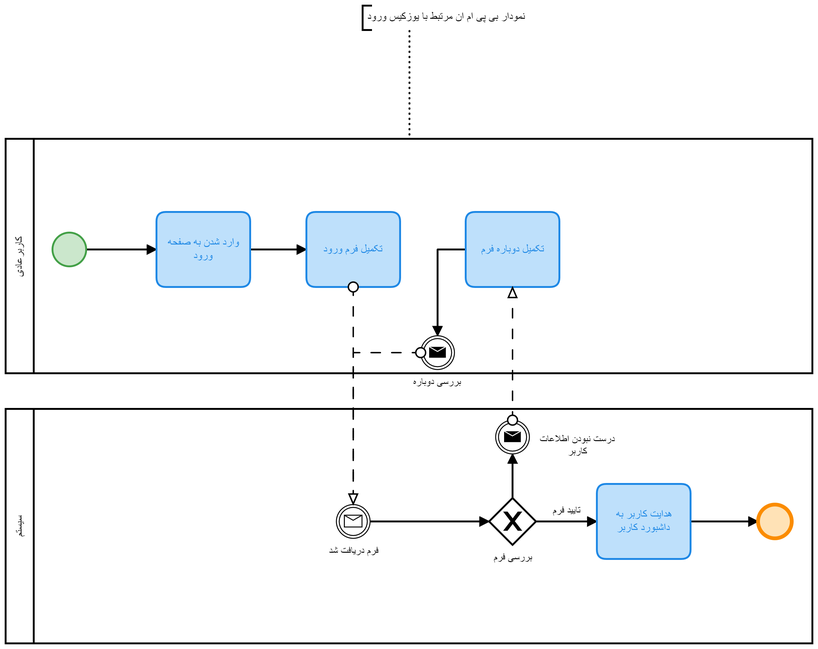
hirezadehghani/website-builder keeps this BPMN diagram as Diagrams/Activity Diagram & bpmn diagram/bpmn/PDF-version/log-in-user.png. Above is the earlier version. Its source is kept beside it as Diagrams/Activity Diagram & bpmn diagram/bpmn/log-in-user.bpmn. Ids are renumbered. Source of this version:
```xml
<bpmn:definitions xmlns:bpmn="http://www.omg.org/spec/BPMN/20100524/MODEL" xmlns:bpmndi="http://www.omg.org/spec/BPMN/20100524/DI" xmlns:dc="http://www.omg.org/spec/DD/20100524/DC" xmlns:di="http://www.omg.org/spec/DD/20100524/DI" xmlns:bioc="http://bpmn.io/schema/bpmn/biocolor/1.0" xmlns:color="http://www.omg.org/spec/BPMN/non-normative/color/1.0" xmlns:modeler="http://camunda.org/schema/modeler/1.0" id="Definitions_n1" targetNamespace="http://bpmn.io/schema/bpmn" exporter="Camunda Modeler" exporterVersion="4.11.1" modeler:executionPlatform="Camunda Platform" modeler:executionPlatformVersion="7.15.0">
  <bpmn:collaboration id="Collaboration_n2">
    <bpmn:participant id="Participant_n3" name="کاربرعادی" processRef="Process_n4" />
    <bpmn:participant id="Participant_n5" name="سیستم" processRef="Process_n6" />
    <bpmn:messageFlow id="Flow_n7" sourceRef="Event_n8" targetRef="Activity_n9" />
    <bpmn:messageFlow id="Flow_n10" sourceRef="Activity_n11" targetRef="Event_n12" />
    <bpmn:messageFlow id="Flow_n13" sourceRef="Event_n14" targetRef="Event_n12" />
    <bpmn:textAnnotation id="TextAnnotation_n15">
      <bpmn:text>نمودار بی پی ام ان مرتبط با یوزکیس ورود</bpmn:text>
    </bpmn:textAnnotation>
    <bpmn:association id="Association_n16" sourceRef="Participant_n3" targetRef="TextAnnotation_n15" />
  </bpmn:collaboration>
  <bpmn:process id="Process_n4" isExecutable="true">
    <bpmn:startEvent id="StartEvent_1">
      <bpmn:outgoing>Flow_n17</bpmn:outgoing>
    </bpmn:startEvent>
    <bpmn:task id="Activity_n18" name="وارد شدن به صفحه ورود">
      <bpmn:incoming>Flow_n17</bpmn:incoming>
      <bpmn:outgoing>Flow_n19</bpmn:outgoing>
    </bpmn:task>
    <bpmn:task id="Activity_n11" name="تکمیل فرم ورود">
      <bpmn:incoming>Flow_n19</bpmn:incoming>
    </bpmn:task>
    <bpmn:task id="Activity_n9" name="تکمیل دوباره فرم">
      <bpmn:outgoing>Flow_n20</bpmn:outgoing>
    </bpmn:task>
    <bpmn:intermediateThrowEvent id="Event_n14" name="بررسی دوباره">
      <bpmn:incoming>Flow_n20</bpmn:incoming>
      <bpmn:messageEventDefinition id="MessageEventDefinition_n21" />
    </bpmn:intermediateThrowEvent>
    <bpmn:sequenceFlow id="Flow_n19" sourceRef="Activity_n18" targetRef="Activity_n11" />
    <bpmn:sequenceFlow id="Flow_n17" sourceRef="StartEvent_1" targetRef="Activity_n18" />
    <bpmn:sequenceFlow id="Flow_n20" sourceRef="Activity_n9" targetRef="Event_n14" />
  </bpmn:process>
  <bpmn:process id="Process_n6" isExecutable="false">
    <bpmn:exclusiveGateway id="Gateway_n22" name="بررسی فرم">
      <bpmn:incoming>Flow_n23</bpmn:incoming>
      <bpmn:outgoing>Flow_n24</bpmn:outgoing>
      <bpmn:outgoing>Flow_n25</bpmn:outgoing>
    </bpmn:exclusiveGateway>
    <bpmn:task id="Activity_n26" name="هدایت کاربر به داشبورد کاربر">
      <bpmn:incoming>Flow_n25</bpmn:incoming>
      <bpmn:outgoing>Flow_n27</bpmn:outgoing>
    </bpmn:task>
    <bpmn:endEvent id="Event_n28">
      <bpmn:incoming>Flow_n27</bpmn:incoming>
    </bpmn:endEvent>
    <bpmn:intermediateCatchEvent id="Event_n12" name="فرم دریافت شد">
      <bpmn:outgoing>Flow_n23</bpmn:outgoing>
      <bpmn:messageEventDefinition id="MessageEventDefinition_n29" />
    </bpmn:intermediateCatchEvent>
    <bpmn:intermediateThrowEvent id="Event_n8" name="درست نبودن اطلاعات کاربر">
      <bpmn:incoming>Flow_n24</bpmn:incoming>
      <bpmn:messageEventDefinition id="MessageEventDefinition_n30" />
    </bpmn:intermediateThrowEvent>
    <bpmn:sequenceFlow id="Flow_n27" sourceRef="Activity_n26" targetRef="Event_n28" />
    <bpmn:sequenceFlow id="Flow_n25" name="تایید فرم" sourceRef="Gateway_n22" targetRef="Activity_n26" />
    <bpmn:sequenceFlow id="Flow_n24" sourceRef="Gateway_n22" targetRef="Event_n8" />
    <bpmn:sequenceFlow id="Flow_n23" sourceRef="Event_n12" targetRef="Gateway_n22" />
  </bpmn:process>
  <bpmndi:BPMNDiagram id="BPMNDiagram_1">
    <bpmndi:BPMNPlane id="BPMNPlane_1" bpmnElement="Collaboration_n2">
      <bpmndi:BPMNShape id="Participant_n3_di" bpmnElement="Participant_n3" isHorizontal="true">
        <dc:Bounds x="129" y="222" width="861" height="250" />
      </bpmndi:BPMNShape>
      <bpmndi:BPMNEdge id="Flow_n20_di" bpmnElement="Flow_n20">
        <di:waypoint x="620" y="340" />
        <di:waypoint x="590" y="340" />
        <di:waypoint x="590" y="432" />
      </bpmndi:BPMNEdge>
      <bpmndi:BPMNEdge id="Flow_n17_di" bpmnElement="Flow_n17">
        <di:waypoint x="215" y="340" />
        <di:waypoint x="290" y="340" />
      </bpmndi:BPMNEdge>
      <bpmndi:BPMNEdge id="Flow_n19_di" bpmnElement="Flow_n19">
        <di:waypoint x="390" y="340" />
        <di:waypoint x="450" y="340" />
      </bpmndi:BPMNEdge>
      <bpmndi:BPMNShape id="_BPMNShape_StartEvent_2" bpmnElement="StartEvent_1" bioc:stroke="#43a047" bioc:fill="#c8e6c9" color:background-color="#c8e6c9" color:border-color="#43a047">
        <dc:Bounds x="179" y="322" width="36" height="36" />
      </bpmndi:BPMNShape>
      <bpmndi:BPMNShape id="Activity_n18_di" bpmnElement="Activity_n18" bioc:stroke="#1e88e5" bioc:fill="#bbdefb" color:background-color="#bbdefb" color:border-color="#1e88e5">
        <dc:Bounds x="290" y="300" width="100" height="80" />
      </bpmndi:BPMNShape>
      <bpmndi:BPMNShape id="Activity_n11_di" bpmnElement="Activity_n11" bioc:stroke="#1e88e5" bioc:fill="#bbdefb" color:background-color="#bbdefb" color:border-color="#1e88e5">
        <dc:Bounds x="450" y="300" width="100" height="80" />
      </bpmndi:BPMNShape>
      <bpmndi:BPMNShape id="Activity_n9_di" bpmnElement="Activity_n9" bioc:stroke="#1e88e5" bioc:fill="#bbdefb" color:background-color="#bbdefb" color:border-color="#1e88e5">
        <dc:Bounds x="620" y="300" width="100" height="80" />
      </bpmndi:BPMNShape>
      <bpmndi:BPMNShape id="Event_0695a56_di" bpmnElement="Event_n14">
        <dc:Bounds x="572" y="432" width="36" height="36" />
        <bpmndi:BPMNLabel>
          <dc:Bounds x="564" y="475" width="52" height="14" />
        </bpmndi:BPMNLabel>
      </bpmndi:BPMNShape>
      <bpmndi:BPMNShape id="Participant_n5_di" bpmnElement="Participant_n5" isHorizontal="true">
        <dc:Bounds x="129" y="510" width="861" height="250" />
      </bpmndi:BPMNShape>
      <bpmndi:BPMNEdge id="Flow_n23_di" bpmnElement="Flow_n23">
        <di:waypoint x="518" y="630" />
        <di:waypoint x="645" y="630" />
      </bpmndi:BPMNEdge>
      <bpmndi:BPMNEdge id="Flow_n24_di" bpmnElement="Flow_n24">
        <di:waypoint x="670" y="605" />
        <di:waypoint x="670" y="558" />
      </bpmndi:BPMNEdge>
      <bpmndi:BPMNEdge id="Flow_n25_di" bpmnElement="Flow_n25">
        <di:waypoint x="695" y="630" />
        <di:waypoint x="760" y="630" />
        <bpmndi:BPMNLabel>
          <dc:Bounds x="713" y="612" width="29" height="14" />
        </bpmndi:BPMNLabel>
      </bpmndi:BPMNEdge>
      <bpmndi:BPMNEdge id="Flow_n27_di" bpmnElement="Flow_n27">
        <di:waypoint x="860" y="630" />
        <di:waypoint x="932" y="630" />
      </bpmndi:BPMNEdge>
      <bpmndi:BPMNShape id="Gateway_n22_di" bpmnElement="Gateway_n22" isMarkerVisible="true">
        <dc:Bounds x="645" y="605" width="50" height="50" />
        <bpmndi:BPMNLabel>
          <dc:Bounds x="650" y="662" width="41" height="14" />
        </bpmndi:BPMNLabel>
      </bpmndi:BPMNShape>
      <bpmndi:BPMNShape id="Activity_n26_di" bpmnElement="Activity_n26" bioc:stroke="#1e88e5" bioc:fill="#bbdefb" color:background-color="#bbdefb" color:border-color="#1e88e5">
        <dc:Bounds x="760" y="590" width="100" height="80" />
      </bpmndi:BPMNShape>
      <bpmndi:BPMNShape id="Event_n28_di" bpmnElement="Event_n28" bioc:stroke="#fb8c00" bioc:fill="#ffe0b2" color:background-color="#ffe0b2" color:border-color="#fb8c00">
        <dc:Bounds x="932" y="612" width="36" height="36" />
      </bpmndi:BPMNShape>
      <bpmndi:BPMNShape id="Event_1qvts17_di" bpmnElement="Event_n12">
        <dc:Bounds x="482" y="612" width="36" height="36" />
        <bpmndi:BPMNLabel>
          <dc:Bounds x="474" y="655" width="54" height="14" />
        </bpmndi:BPMNLabel>
      </bpmndi:BPMNShape>
      <bpmndi:BPMNShape id="Event_0106btl_di" bpmnElement="Event_n8">
        <dc:Bounds x="652" y="522" width="36" height="36" />
        <bpmndi:BPMNLabel>
          <dc:Bounds x="699" y="536" width="82" height="27" />
        </bpmndi:BPMNLabel>
      </bpmndi:BPMNShape>
      <bpmndi:BPMNShape id="TextAnnotation_n15_di" bpmnElement="TextAnnotation_n15">
        <dc:Bounds x="510" y="80" width="330" height="26" />
      </bpmndi:BPMNShape>
      <bpmndi:BPMNEdge id="Association_n16_di" bpmnElement="Association_n16">
        <di:waypoint x="560" y="222" />
        <di:waypoint x="560" y="106" />
      </bpmndi:BPMNEdge>
      <bpmndi:BPMNEdge id="Flow_n7_di" bpmnElement="Flow_n7">
        <di:waypoint x="670" y="522" />
        <di:waypoint x="670" y="380" />
      </bpmndi:BPMNEdge>
      <bpmndi:BPMNEdge id="Flow_n10_di" bpmnElement="Flow_n10">
        <di:waypoint x="500" y="380" />
        <di:waypoint x="500" y="612" />
      </bpmndi:BPMNEdge>
      <bpmndi:BPMNEdge id="Flow_n13_di" bpmnElement="Flow_n13">
        <di:waypoint x="572" y="450" />
        <di:waypoint x="500" y="450" />
        <di:waypoint x="500" y="612" />
      </bpmndi:BPMNEdge>
    </bpmndi:BPMNPlane>
  </bpmndi:BPMNDiagram>
</bpmn:definitions>
```
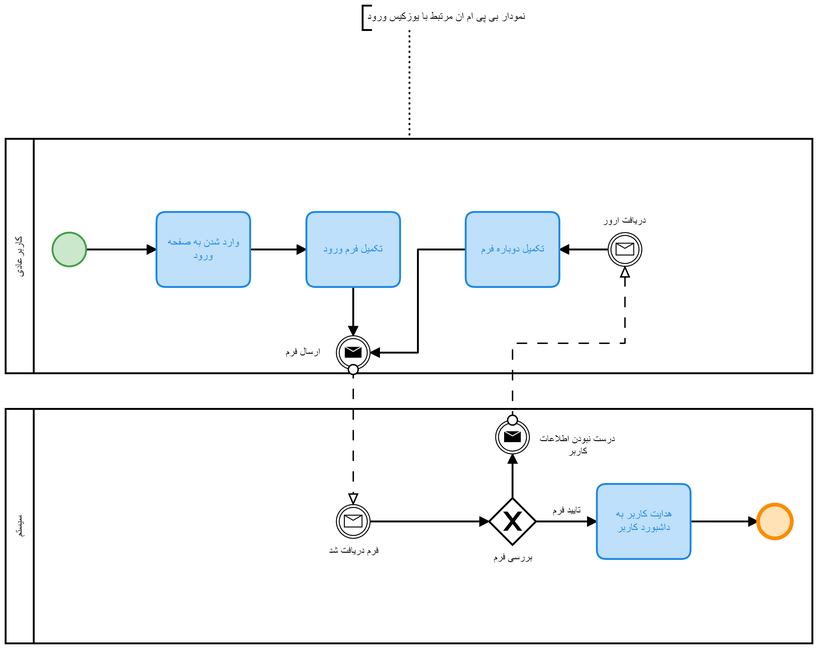
Above is the later version.

What changed in the source:
```diff
@@ -2,8 +2,7 @@
   <bpmn:collaboration id="Collaboration_n2">
     <bpmn:participant id="Participant_n3" name="کاربرعادی" processRef="Process_n4" />
     <bpmn:participant id="Participant_n5" name="سیستم" processRef="Process_n6" />
-    <bpmn:messageFlow id="Flow_n7" sourceRef="Event_n8" targetRef="Activity_n9" />
-    <bpmn:messageFlow id="Flow_n10" sourceRef="Activity_n11" targetRef="Event_n12" />
+    <bpmn:messageFlow id="Flow_n7" sourceRef="Event_n8" targetRef="Event_n31" />
     <bpmn:messageFlow id="Flow_n13" sourceRef="Event_n14" targetRef="Event_n12" />
     <bpmn:textAnnotation id="TextAnnotation_n15">
       <bpmn:text>نمودار بی پی ام ان مرتبط با یوزکیس ورود</bpmn:text>
@@ -20,17 +19,26 @@
     </bpmn:task>
     <bpmn:task id="Activity_n11" name="تکمیل فرم ورود">
       <bpmn:incoming>Flow_n19</bpmn:incoming>
+      <bpmn:outgoing>Flow_n32</bpmn:outgoing>
     </bpmn:task>
     <bpmn:task id="Activity_n9" name="تکمیل دوباره فرم">
-      <bpmn:outgoing>Flow_n20</bpmn:outgoing>
+      <bpmn:incoming>Flow_n33</bpmn:incoming>
+      <bpmn:outgoing>Flow_n34</bpmn:outgoing>
     </bpmn:task>
-    <bpmn:intermediateThrowEvent id="Event_n14" name="بررسی دوباره">
-      <bpmn:incoming>Flow_n20</bpmn:incoming>
+    <bpmn:sequenceFlow id="Flow_n19" sourceRef="Activity_n18" targetRef="Activity_n11" />
+    <bpmn:sequenceFlow id="Flow_n17" sourceRef="StartEvent_1" targetRef="Activity_n18" />
+    <bpmn:intermediateCatchEvent id="Event_n31" name="دریافت ارور">
+      <bpmn:outgoing>Flow_n33</bpmn:outgoing>
+      <bpmn:messageEventDefinition id="MessageEventDefinition_n35" />
+    </bpmn:intermediateCatchEvent>
+    <bpmn:sequenceFlow id="Flow_n33" sourceRef="Event_n31" targetRef="Activity_n9" />
+    <bpmn:intermediateThrowEvent id="Event_n14" name="ارسال فرم">
+      <bpmn:incoming>Flow_n32</bpmn:incoming>
+      <bpmn:incoming>Flow_n34</bpmn:incoming>
       <bpmn:messageEventDefinition id="MessageEventDefinition_n21" />
     </bpmn:intermediateThrowEvent>
-    <bpmn:sequenceFlow id="Flow_n19" sourceRef="Activity_n18" targetRef="Activity_n11" />
-    <bpmn:sequenceFlow id="Flow_n17" sourceRef="StartEvent_1" targetRef="Activity_n18" />
-    <bpmn:sequenceFlow id="Flow_n20" sourceRef="Activity_n9" targetRef="Event_n14" />
+    <bpmn:sequenceFlow id="Flow_n32" sourceRef="Activity_n11" targetRef="Event_n14" />
+    <bpmn:sequenceFlow id="Flow_n34" sourceRef="Activity_n9" targetRef="Event_n14" />
   </bpmn:process>
   <bpmn:process id="Process_n6" isExecutable="false">
     <bpmn:exclusiveGateway id="Gateway_n22" name="بررسی فرم">
@@ -63,11 +71,6 @@
       <bpmndi:BPMNShape id="Participant_n3_di" bpmnElement="Participant_n3" isHorizontal="true">
         <dc:Bounds x="129" y="222" width="861" height="250" />
       </bpmndi:BPMNShape>
-      <bpmndi:BPMNEdge id="Flow_n20_di" bpmnElement="Flow_n20">
-        <di:waypoint x="620" y="340" />
-        <di:waypoint x="590" y="340" />
-        <di:waypoint x="590" y="432" />
-      </bpmndi:BPMNEdge>
       <bpmndi:BPMNEdge id="Flow_n17_di" bpmnElement="Flow_n17">
         <di:waypoint x="215" y="340" />
         <di:waypoint x="290" y="340" />
@@ -75,6 +78,20 @@
       <bpmndi:BPMNEdge id="Flow_n19_di" bpmnElement="Flow_n19">
         <di:waypoint x="390" y="340" />
         <di:waypoint x="450" y="340" />
+      </bpmndi:BPMNEdge>
+      <bpmndi:BPMNEdge id="Flow_n33_di" bpmnElement="Flow_n33">
+        <di:waypoint x="772" y="340" />
+        <di:waypoint x="720" y="340" />
+      </bpmndi:BPMNEdge>
+      <bpmndi:BPMNEdge id="Flow_n32_di" bpmnElement="Flow_n32">
+        <di:waypoint x="500" y="380" />
+        <di:waypoint x="500" y="432" />
+      </bpmndi:BPMNEdge>
+      <bpmndi:BPMNEdge id="Flow_n34_di" bpmnElement="Flow_n34">
+        <di:waypoint x="620" y="340" />
+        <di:waypoint x="569" y="340" />
+        <di:waypoint x="569" y="450" />
+        <di:waypoint x="518" y="450" />
       </bpmndi:BPMNEdge>
       <bpmndi:BPMNShape id="_BPMNShape_StartEvent_2" bpmnElement="StartEvent_1" bioc:stroke="#43a047" bioc:fill="#c8e6c9" color:background-color="#c8e6c9" color:border-color="#43a047">
         <dc:Bounds x="179" y="322" width="36" height="36" />
@@ -88,10 +105,16 @@
       <bpmndi:BPMNShape id="Activity_n9_di" bpmnElement="Activity_n9" bioc:stroke="#1e88e5" bioc:fill="#bbdefb" color:background-color="#bbdefb" color:border-color="#1e88e5">
         <dc:Bounds x="620" y="300" width="100" height="80" />
       </bpmndi:BPMNShape>
+      <bpmndi:BPMNShape id="Event_0pk35q5_di" bpmnElement="Event_n31">
+        <dc:Bounds x="772" y="322" width="36" height="36" />
+        <bpmndi:BPMNLabel>
+          <dc:Bounds x="766" y="303" width="48" height="14" />
+        </bpmndi:BPMNLabel>
+      </bpmndi:BPMNShape>
       <bpmndi:BPMNShape id="Event_0695a56_di" bpmnElement="Event_n14">
-        <dc:Bounds x="572" y="432" width="36" height="36" />
+        <dc:Bounds x="482" y="432" width="36" height="36" />
         <bpmndi:BPMNLabel>
-          <dc:Bounds x="564" y="475" width="52" height="14" />
+          <dc:Bounds x="428" y="443" width="37" height="14" />
         </bpmndi:BPMNLabel>
       </bpmndi:BPMNShape>
       <bpmndi:BPMNShape id="Participant_n5_di" bpmnElement="Participant_n5" isHorizontal="true">
@@ -149,15 +172,12 @@
       </bpmndi:BPMNEdge>
       <bpmndi:BPMNEdge id="Flow_n7_di" bpmnElement="Flow_n7">
         <di:waypoint x="670" y="522" />
-        <di:waypoint x="670" y="380" />
-      </bpmndi:BPMNEdge>
-      <bpmndi:BPMNEdge id="Flow_n10_di" bpmnElement="Flow_n10">
-        <di:waypoint x="500" y="380" />
-        <di:waypoint x="500" y="612" />
+        <di:waypoint x="670" y="440" />
+        <di:waypoint x="790" y="440" />
+        <di:waypoint x="790" y="358" />
       </bpmndi:BPMNEdge>
       <bpmndi:BPMNEdge id="Flow_n13_di" bpmnElement="Flow_n13">
-        <di:waypoint x="572" y="450" />
-        <di:waypoint x="500" y="450" />
+        <di:waypoint x="500" y="468" />
         <di:waypoint x="500" y="612" />
       </bpmndi:BPMNEdge>
     </bpmndi:BPMNPlane>
```
